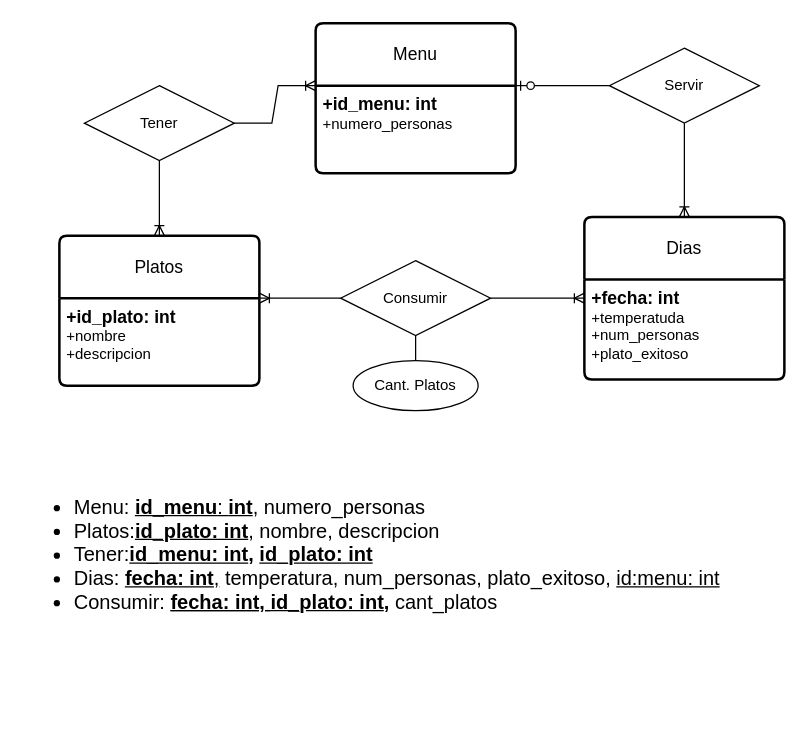
Earlier version of the draw.io diagram ejercicio15.drawio (AsierGArranz/aga-sru-sa-t-UD12DiagramaER-11102023). Source tidied: cells renumbered, new cells numbered last; positions are measured from the earlier drawing's top-left corner, leaving out a move shared by most shapes. Both pictures are drawn from the tidied source at 125%, with x=0, y=0 at pixel (21, 22).
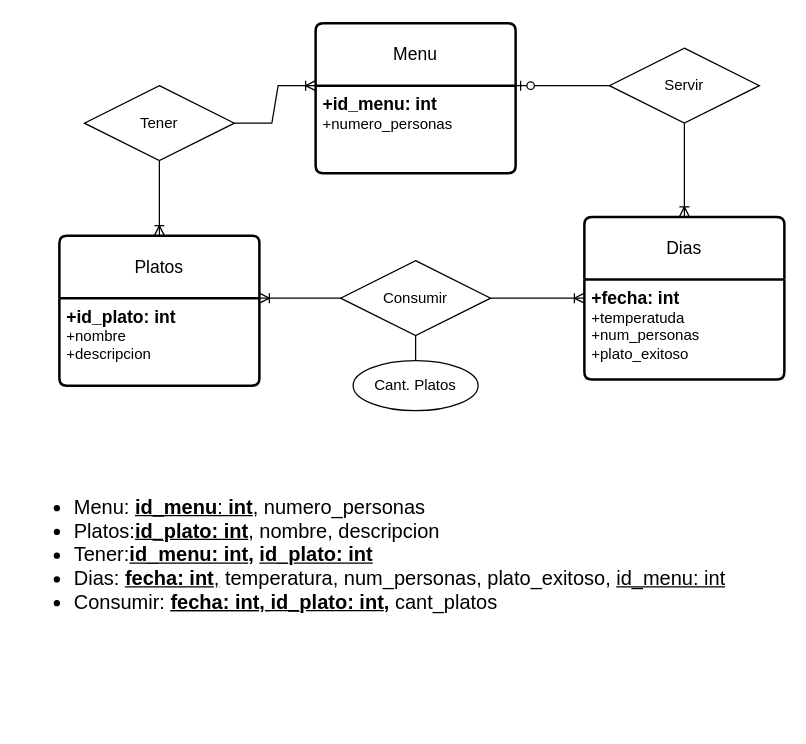
Above is the later version.

Diff of the diagram source:
```diff
@@
-    <mxCell id="18" value="&lt;ul style=&quot;font-size: 16px;&quot;&gt;&lt;li&gt;&lt;font style=&quot;font-size: 16px;&quot;&gt;Menu: &lt;u&gt;&lt;b&gt;id_menu&lt;/b&gt;: &lt;b&gt;int&lt;/b&gt;&lt;/u&gt;, numero_personas&lt;/font&gt;&lt;/li&gt;&lt;li&gt;&lt;font style=&quot;font-size: 16px;&quot;&gt;Platos:&lt;u&gt;&lt;b&gt;id_plato: int&lt;/b&gt;&lt;/u&gt;, nombre, descripcion&lt;/font&gt;&lt;/li&gt;&lt;li&gt;&lt;font style=&quot;font-size: 16px;&quot;&gt;Tener:&lt;b&gt;&lt;u style=&quot;&quot;&gt;id_menu: int&lt;/u&gt;, &lt;u style=&quot;&quot;&gt;id_plato: int&lt;/u&gt;&lt;/b&gt;&lt;/font&gt;&lt;/li&gt;&lt;li&gt;&lt;font style=&quot;font-size: 16px;&quot;&gt;Dias: &lt;u&gt;&lt;b&gt;fecha: int&lt;/b&gt;,&lt;/u&gt;&amp;nbsp;temperatura, num_personas, plato_exitoso, &lt;u&gt;id:menu: int&lt;/u&gt;&lt;/font&gt;&lt;/li&gt;&lt;li&gt;&lt;font style=&quot;font-size: 16px;&quot;&gt;Consumir:&amp;nbsp;&lt;u style=&quot;&quot;&gt;&lt;b&gt;&lt;u style=&quot;border-color: var(--border-color);&quot;&gt;fecha: int,&amp;nbsp;&lt;/u&gt;id_plato: int&lt;/b&gt;&lt;/u&gt;&lt;u style=&quot;font-weight: bold;&quot;&gt;,&lt;/u&gt;&amp;nbsp;cant_platos&lt;/font&gt;&lt;/li&gt;&lt;/ul&gt;" style="text;strokeColor=none;fillColor=none;html=1;whiteSpace=wrap;verticalAlign=middle;overflow=hidden;" parent="1" vertex="1">
+    <mxCell id="18" value="&lt;ul style=&quot;font-size: 16px;&quot;&gt;&lt;li&gt;&lt;font style=&quot;font-size: 16px;&quot;&gt;Menu: &lt;u&gt;&lt;b&gt;id_menu&lt;/b&gt;: &lt;b&gt;int&lt;/b&gt;&lt;/u&gt;, numero_personas&lt;/font&gt;&lt;/li&gt;&lt;li&gt;&lt;font style=&quot;font-size: 16px;&quot;&gt;Platos:&lt;u&gt;&lt;b&gt;id_plato: int&lt;/b&gt;&lt;/u&gt;, nombre, descripcion&lt;/font&gt;&lt;/li&gt;&lt;li&gt;&lt;font style=&quot;font-size: 16px;&quot;&gt;Tener:&lt;b&gt;&lt;u style=&quot;&quot;&gt;id_menu: int&lt;/u&gt;, &lt;u style=&quot;&quot;&gt;id_plato: int&lt;/u&gt;&lt;/b&gt;&lt;/font&gt;&lt;/li&gt;&lt;li&gt;&lt;font style=&quot;font-size: 16px;&quot;&gt;Dias: &lt;u&gt;&lt;b&gt;fecha: int&lt;/b&gt;,&lt;/u&gt;&amp;nbsp;temperatura, num_personas, plato_exitoso, &lt;u&gt;id_menu: int&lt;/u&gt;&lt;/font&gt;&lt;/li&gt;&lt;li&gt;&lt;font style=&quot;font-size: 16px;&quot;&gt;Consumir:&amp;nbsp;&lt;u style=&quot;&quot;&gt;&lt;b&gt;&lt;u style=&quot;border-color: var(--border-color);&quot;&gt;fecha: int,&amp;nbsp;&lt;/u&gt;id_plato: int&lt;/b&gt;&lt;/u&gt;&lt;u style=&quot;font-weight: bold;&quot;&gt;,&lt;/u&gt;&amp;nbsp;cant_platos&lt;/font&gt;&lt;/li&gt;&lt;/ul&gt;" style="text;strokeColor=none;fillColor=none;html=1;whiteSpace=wrap;verticalAlign=middle;overflow=hidden;" parent="1" vertex="1">
       <mxGeometry y="290" width="600" height="270" as="geometry" />
     </mxCell>
```
